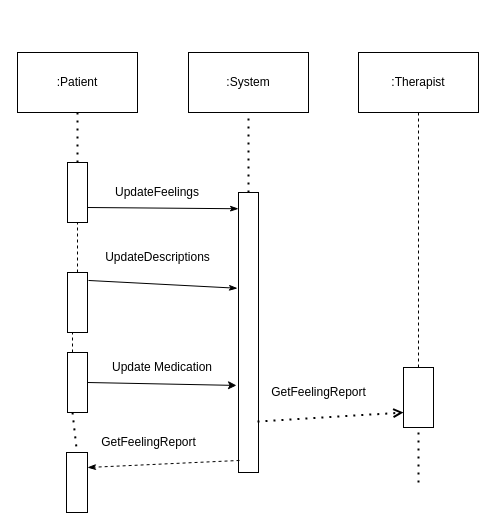
Jon-AL/4471---Therapy-Support-App keeps this draw.io diagram as page "Sequence Diagram(old)" (5 of 13) of cs4471_group_project.drawio. Above is the earlier version. Source tidied: cells renumbered, new cells numbered last; positions are measured from the earlier drawing's top-left corner, leaving out a move shared by most shapes. Both pictures are drawn from the tidied source at 100%, with x=0, y=0 at pixel (17, 52).
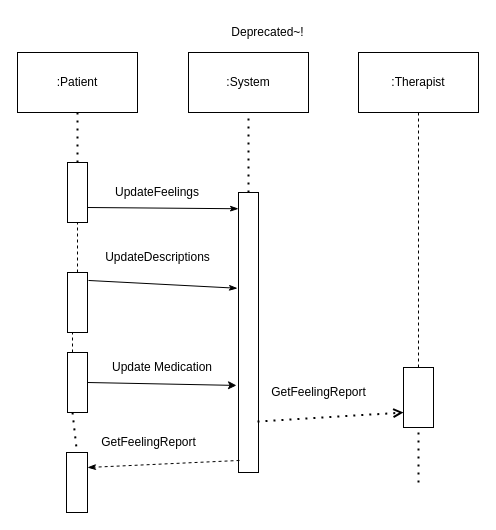
The same page after the edit.

Change to the diagram source:
```diff
@@
+    <mxCell id="28" value="Deprecated~!" style="text;html=1;align=center;verticalAlign=middle;strokeColor=none;fillColor=none;" parent="1" vertex="1">
+      <mxGeometry x="200" y="-35" width="100" height="30" as="geometry" />
+    </mxCell>
```
